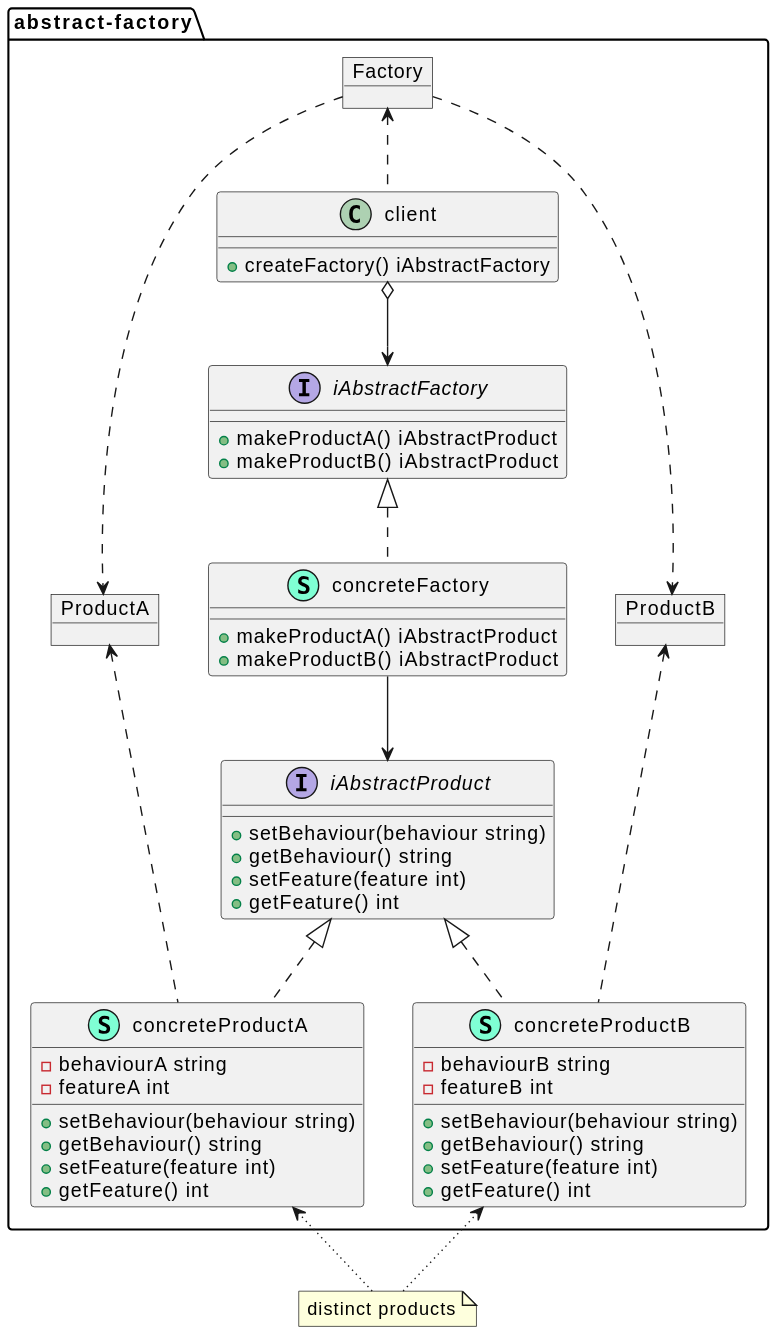
Above: go-dsgn-pttrn-abstract-factory.svg in cloudemprise/go-dsgn-pttrn-abstract-factory (PlantUML), before the change.
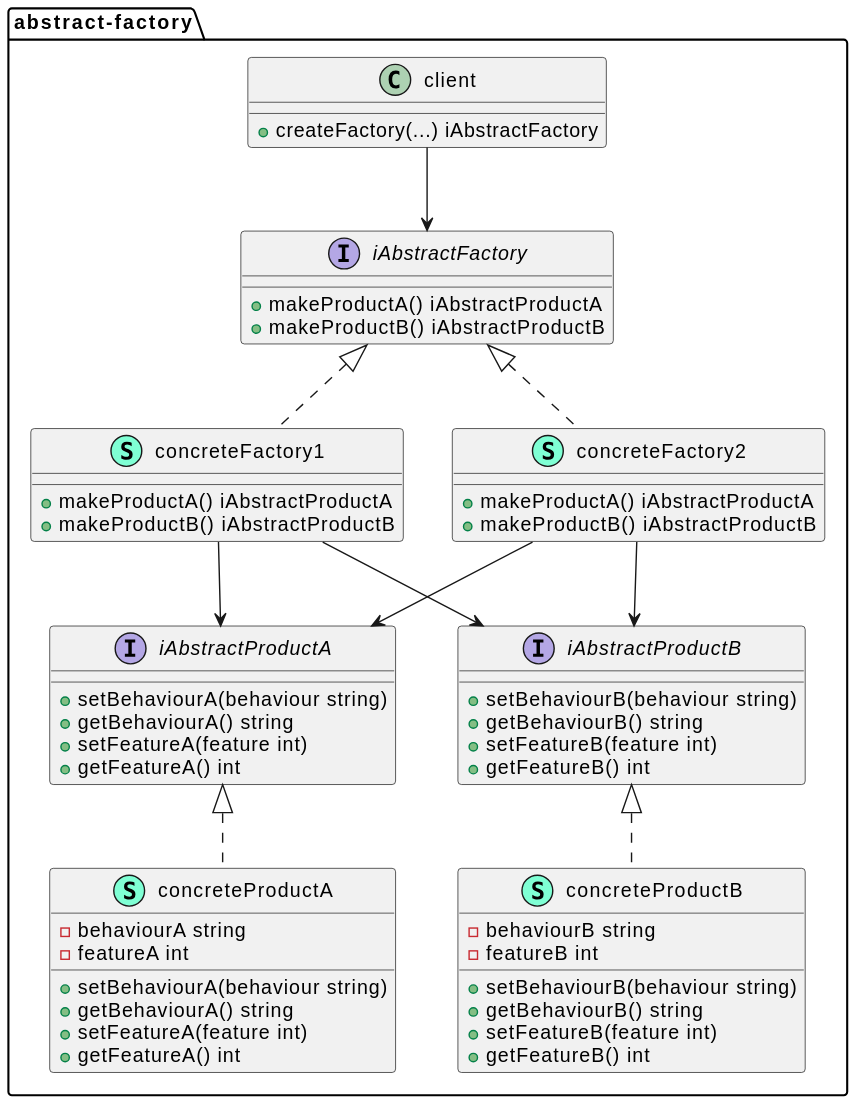
The same file after the commit.

Commit message:
Fixed factory abstraction

The edit, as a diff of the source:
```diff
@@ -1,91 +1,74 @@
 @startuml go-dsgn-pttrn-abstract-factory
 
 namespace abstract-factory {
+    class concreteFactory1 << (S,Aquamarine) >> {
+        + makeProductA() iAbstractProductA
+        + makeProductB() iAbstractProductB
 
+    }
+    class concreteFactory2 << (S,Aquamarine) >> {
+        + makeProductA() iAbstractProductA
+        + makeProductB() iAbstractProductB
 
+    }
     class concreteProductA << (S,Aquamarine) >> {
         - behaviourA string
         - featureA int
 
-        + setBehaviour(behaviour string)
-        + getBehaviour() string
-        + setFeature(feature int)
-        + getFeature() int
+        + setBehaviourA(behaviour string)
+        + getBehaviourA() string
+        + setFeatureA(feature int)
+        + getFeatureA() int
 
     }
-
     class concreteProductB << (S,Aquamarine) >> {
         - behaviourB string
         - featureB int
 
-        + setBehaviour(behaviour string)
-        + getBehaviour() string
-        + setFeature(feature int)
-        + getFeature() int
+        + setBehaviourB(behaviour string)
+        + getBehaviourB() string
+        + setFeatureB(feature int)
+        + getFeatureB() int
 
     }
-
     interface iAbstractFactory  {
-
-        + makeProductA() iAbstractProduct
-        + makeProductB() iAbstractProduct
+        + makeProductA() iAbstractProductA
+        + makeProductB() iAbstractProductB
 
     }
-
-    interface iAbstractProduct  {
-
-        + setBehaviour(behaviour string)
-        + getBehaviour() string
-        + setFeature(feature int)
-        + getFeature() int
+    interface iAbstractProductA  {
+        + setBehaviourA(behaviour string)
+        + getBehaviourA() string
+        + setFeatureA(feature int)
+        + getFeatureA() int
 
     }
-
-    object Factory {
+    interface iAbstractProductB  {
+        + setBehaviourB(behaviour string)
+        + getBehaviourB() string
+        + setFeatureB(feature int)
+        + getFeatureB() int
 
     }
 
     class client {
 
-        + createFactory() iAbstractFactory
-    }
-
-
-    object ProductA {
-
-    }
-
-    class concreteFactory << (S,Aquamarine) >> {
-        + makeProductA() iAbstractProduct
-        + makeProductB() iAbstractProduct
-
-    }
-
-    object ProductB {
-
+        + createFactory(...) iAbstractFactory
     }
 
 }
 
-Factory <.. "abstract-factory.client"
+"abstract-factory.client" --> "abstract-factory.iAbstractFactory"
 
-Factory ..> "ProductA"
-ProductA <.. "abstract-factory.concreteProductA"
-ProductA -[hidden]- "abstract-factory.iAbstractProduct"
+"abstract-factory.iAbstractFactory" <|.. "abstract-factory.concreteFactory1"
+"abstract-factory.iAbstractFactory" <|.. "abstract-factory.concreteFactory2"
 
-Factory ..> "ProductB"
-ProductB <.. "abstract-factory.concreteProductB"
-ProductB -[hidden]- "abstract-factory.iAbstractProduct"
+"abstract-factory.concreteFactory1" --> "abstract-factory.iAbstractProductA"
+"abstract-factory.concreteFactory1" --> "abstract-factory.iAbstractProductB"
+"abstract-factory.concreteFactory2" --> "abstract-factory.iAbstractProductA"
+"abstract-factory.concreteFactory2" --> "abstract-factory.iAbstractProductB"
 
-"abstract-factory.client" o--> "abstract-factory.iAbstractFactory"
-"abstract-factory.concreteFactory" --> "abstract-factory.iAbstractProduct"
-
-"abstract-factory.iAbstractFactory" <|.. "abstract-factory.concreteFactory"
-"abstract-factory.iAbstractProduct" <|.. "abstract-factory.concreteProductA"
-"abstract-factory.iAbstractProduct" <|.. "abstract-factory.concreteProductB"
-
-note "distinct products" as N2
-"abstract-factory.concreteProductA" <.[dotted]. N2
-N2 .[dotted].> "abstract-factory.concreteProductB"
+"abstract-factory.iAbstractProductA" <|.. "abstract-factory.concreteProductA"
+"abstract-factory.iAbstractProductB" <|.. "abstract-factory.concreteProductB"
 
 @enduml
```
